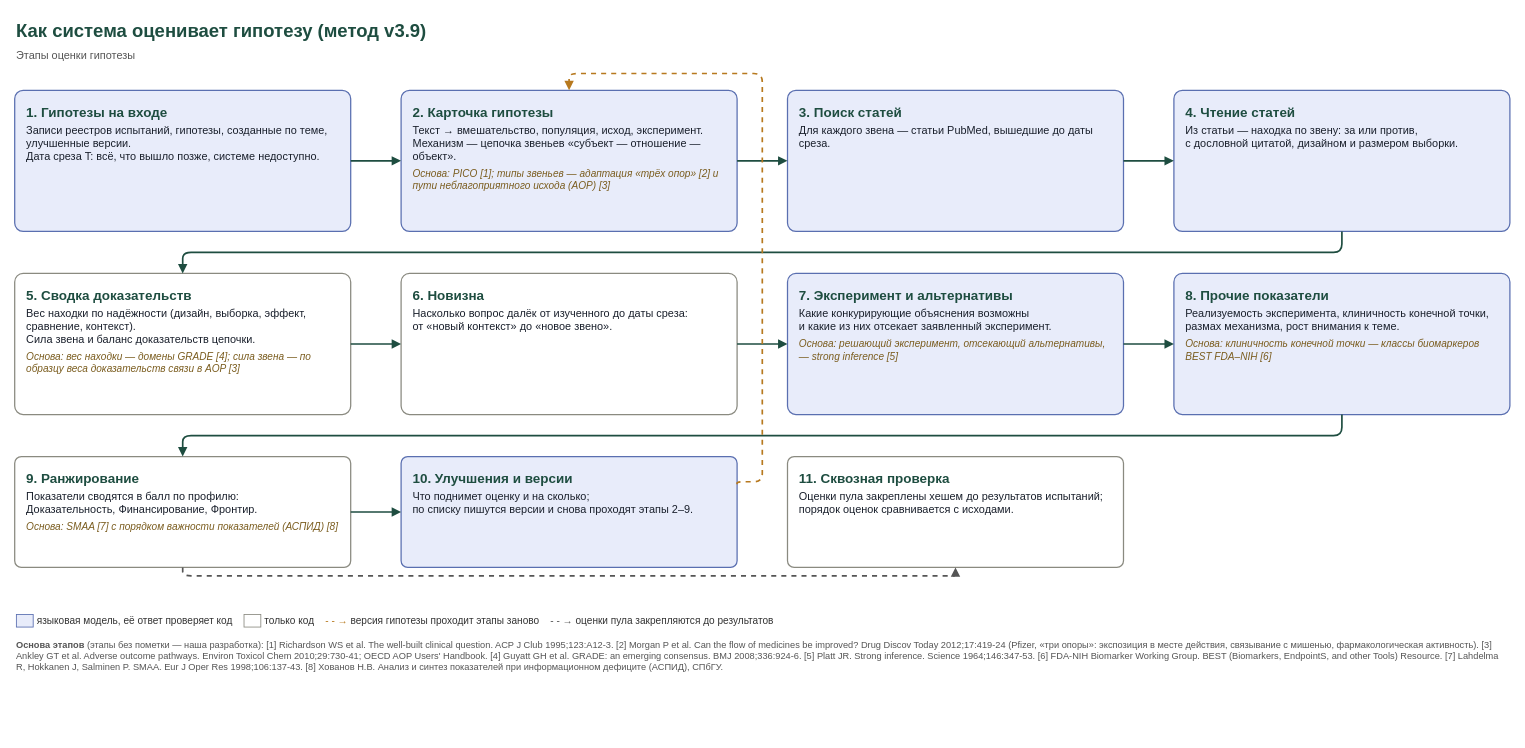
danrd/hyp-arena keeps this draw.io diagram as docs/system/flow_base.drawio. Above is the earlier version. Source tidied: cells renumbered, new cells numbered last; positions are measured from the earlier drawing's top-left corner, leaving out a move shared by most shapes. Both pictures are drawn from the tidied source at 84%, with x=0, y=0 at pixel (14, 14).
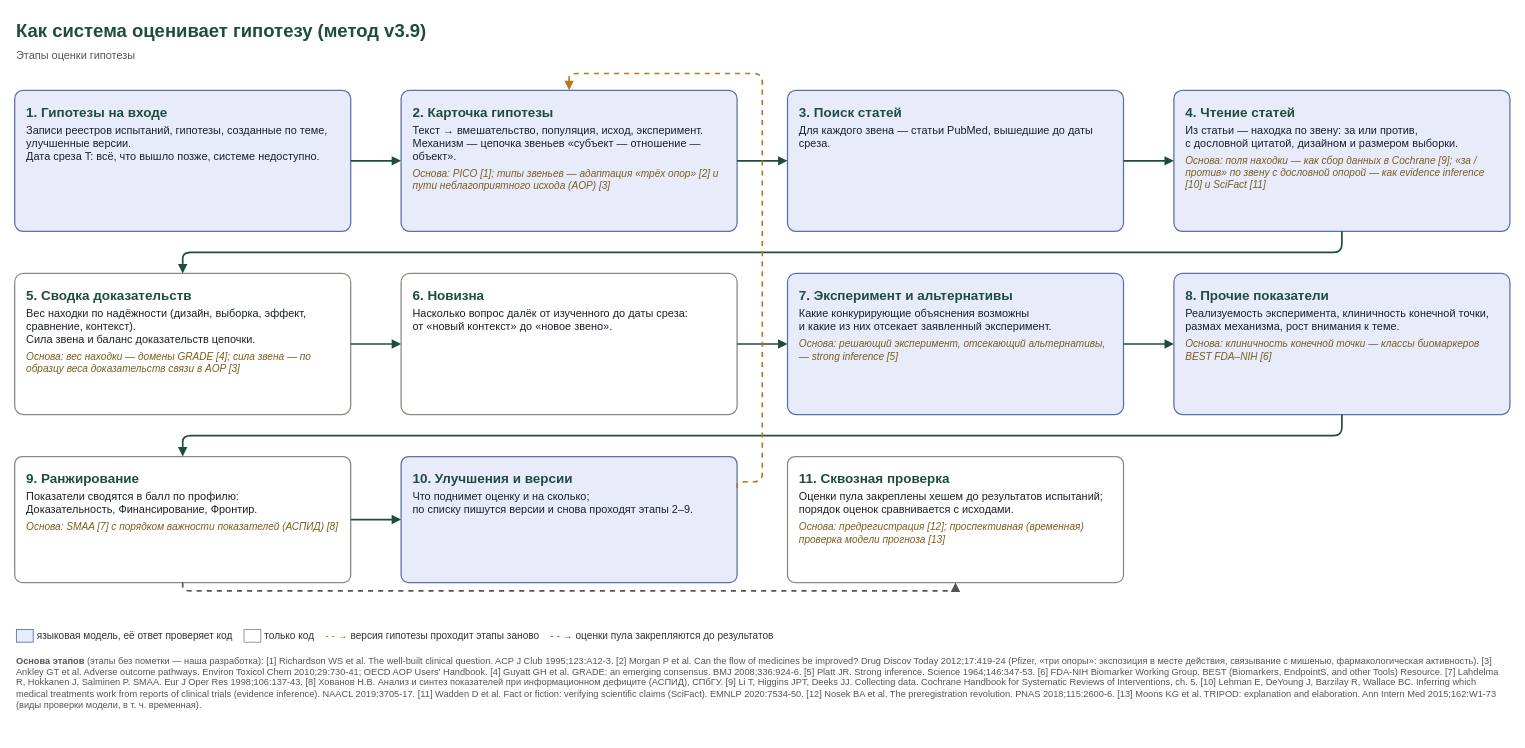
Above is the later version.

Commit message (it also covers changes not shown here):
Flow scheme: basis for reading (Cochrane data collection, evidence inference, SciFact) and the end-to-end check (preregistration, temporal validation per TRIPOD), references checked

The edit, as a diff of the source:
```diff
@@
-    <mxCell id="6" value="&lt;div style='font-size:16px;color:#1E4D40'&gt;&lt;b&gt;4. Чтение статей&lt;/b&gt;&lt;/div&gt;&lt;div style='margin-top:4px'&gt;Из статьи — находка по звену: за или против,&lt;br/&gt;с дословной цитатой, дизайном и размером выборки.&lt;/div&gt;" style="rounded=1;arcSize=6;whiteSpace=wrap;html=1;fillColor=#E8ECFA;strokeColor=#5A6FB0;strokeWidth=1.5;fontSize=13;fontColor=#1A202C;align=left;verticalAlign=top;spacingLeft=12;spacingRight=10;spacingTop=10;" parent="1" vertex="1">
+    <mxCell id="6" value="&lt;div style='font-size:16px;color:#1E4D40'&gt;&lt;b&gt;4. Чтение статей&lt;/b&gt;&lt;/div&gt;&lt;div style='margin-top:4px'&gt;Из статьи — находка по звену: за или против,&lt;br/&gt;с дословной цитатой, дизайном и размером выборки.&lt;/div&gt;&lt;div style='margin-top:6px;font-size:12px;color:#7A5C1E'&gt;&lt;i&gt;Основа: поля находки — как сбор данных в Cochrane [9]; «за / против» по звену с дословной опорой — как evidence inference [10] и SciFact [11]&lt;/i&gt;&lt;/div&gt;" style="rounded=1;arcSize=6;whiteSpace=wrap;html=1;fillColor=#E8ECFA;strokeColor=#5A6FB0;strokeWidth=1.5;fontSize=13;fontColor=#1A202C;align=left;verticalAlign=top;spacingLeft=12;spacingRight=10;spacingTop=10;" parent="1" vertex="1">
       <mxGeometry x="1380" y="90" width="400" height="168" as="geometry" />
     </mxCell>
@@
     <mxCell id="11" value="&lt;div style='font-size:16px;color:#1E4D40'&gt;&lt;b&gt;9. Ранжирование&lt;/b&gt;&lt;/div&gt;&lt;div style='margin-top:4px'&gt;Показатели сводятся в балл по профилю:&lt;br/&gt;Доказательность, Финансирование, Фронтир.&lt;/div&gt;&lt;div style='margin-top:6px;font-size:12px;color:#7A5C1E'&gt;&lt;i&gt;Основа: SMAA [7] с порядком важности показателей (АСПИД) [8]&lt;/i&gt;&lt;/div&gt;" style="rounded=1;arcSize=6;whiteSpace=wrap;html=1;fillColor=#FFFFFF;strokeColor=#8A8A80;strokeWidth=1.5;fontSize=13;fontColor=#1A202C;align=left;verticalAlign=top;spacingLeft=12;spacingRight=10;spacingTop=10;" parent="1" vertex="1">
-      <mxGeometry y="526" width="400" height="132" as="geometry" />
+      <mxGeometry y="526" width="400" height="150" as="geometry" />
     </mxCell>
     <mxCell id="12" value="&lt;div style='font-size:16px;color:#1E4D40'&gt;&lt;b&gt;10. Улучшения и версии&lt;/b&gt;&lt;/div&gt;&lt;div style='margin-top:4px'&gt;Что поднимет оценку и на сколько;&lt;br/&gt;по списку пишутся версии и снова проходят этапы 2–9.&lt;/div&gt;" style="rounded=1;arcSize=6;whiteSpace=wrap;html=1;fillColor=#E8ECFA;strokeColor=#5A6FB0;strokeWidth=1.5;fontSize=13;fontColor=#1A202C;align=left;verticalAlign=top;spacingLeft=12;spacingRight=10;spacingTop=10;" parent="1" vertex="1">
-      <mxGeometry x="460" y="526" width="400" height="132" as="geometry" />
+      <mxGeometry x="460" y="526" width="400" height="150" as="geometry" />
     </mxCell>
-    <mxCell id="13" value="&lt;div style='font-size:16px;color:#1E4D40'&gt;&lt;b&gt;11. Сквозная проверка&lt;/b&gt;&lt;/div&gt;&lt;div style='margin-top:4px'&gt;Оценки пула закреплены хешем до результатов испытаний;&lt;br/&gt;порядок оценок сравнивается с исходами.&lt;/div&gt;" style="rounded=1;arcSize=6;whiteSpace=wrap;html=1;fillColor=#FFFFFF;strokeColor=#8A8A80;strokeWidth=1.5;fontSize=13;fontColor=#1A202C;align=left;verticalAlign=top;spacingLeft=12;spacingRight=10;spacingTop=10;" parent="1" vertex="1">
-      <mxGeometry x="920" y="526" width="400" height="132" as="geometry" />
+    <mxCell id="13" value="&lt;div style='font-size:16px;color:#1E4D40'&gt;&lt;b&gt;11. Сквозная проверка&lt;/b&gt;&lt;/div&gt;&lt;div style='margin-top:4px'&gt;Оценки пула закреплены хешем до результатов испытаний;&lt;br/&gt;порядок оценок сравнивается с исходами.&lt;/div&gt;&lt;div style='margin-top:6px;font-size:12px;color:#7A5C1E'&gt;&lt;i&gt;Основа: предрегистрация [12]; проспективная (временная) проверка модели прогноза [13]&lt;/i&gt;&lt;/div&gt;" style="rounded=1;arcSize=6;whiteSpace=wrap;html=1;fillColor=#FFFFFF;strokeColor=#8A8A80;strokeWidth=1.5;fontSize=13;fontColor=#1A202C;align=left;verticalAlign=top;spacingLeft=12;spacingRight=10;spacingTop=10;" parent="1" vertex="1">
+      <mxGeometry x="920" y="526" width="400" height="150" as="geometry" />
     </mxCell>
@@
     <mxCell id="25" value="&lt;span style='background:#E8ECFA;border:1px solid #5A6FB0;padding:0 8px'&gt;&amp;nbsp;&lt;/span&gt; языковая модель, её ответ проверяет код &amp;nbsp;&amp;nbsp; &lt;span style='border:1px solid #8A8A80;padding:0 8px'&gt;&amp;nbsp;&lt;/span&gt; только код &amp;nbsp;&amp;nbsp; &lt;span style='color:#B7791F'&gt;- - →&lt;/span&gt; версия гипотезы проходит этапы заново &amp;nbsp;&amp;nbsp; &lt;span style='color:#555'&gt;- - →&lt;/span&gt; оценки пула закрепляются до результатов" style="text;html=1;fontSize=12;align=left;fontColor=#333;fillColor=none;strokeColor=none;" parent="1" vertex="1">
-      <mxGeometry y="708" width="1780" height="26" as="geometry" />
+      <mxGeometry y="726" width="1780" height="26" as="geometry" />
     </mxCell>
-    <mxCell id="26" value="&lt;b&gt;Основа этапов&lt;/b&gt; (этапы без пометки — наша разработка): [1] Richardson WS et al. The well-built clinical question. ACP J Club 1995;123:A12-3. [2] Morgan P et al. Can the flow of medicines be improved? Drug Discov Today 2012;17:419-24 (Pfizer, «три опоры»: экспозиция в месте действия, связывание с мишенью, фармакологическая активность). [3] Ankley GT et al. Adverse outcome pathways. Environ Toxicol Chem 2010;29:730-41; OECD AOP Users' Handbook. [4] Guyatt GH et al. GRADE: an emerging consensus. BMJ 2008;336:924-6. [5] Platt JR. Strong inference. Science 1964;146:347-53. [6] FDA-NIH Biomarker Working Group. BEST (Biomarkers, EndpointS, and other Tools) Resource. [7] Lahdelma R, Hokkanen J, Salminen P. SMAA. Eur J Oper Res 1998;106:137-43. [8] Хованов Н.В. Анализ и синтез показателей при информационном дефиците (АСПИД), СПбГУ." style="text;html=1;whiteSpace=wrap;fontSize=11;align=left;verticalAlign=top;fontColor=#555;fillColor=none;strokeColor=none;" parent="1" vertex="1">
-      <mxGeometry y="738" width="1780" height="70" as="geometry" />
+    <mxCell id="26" value="&lt;b&gt;Основа этапов&lt;/b&gt; (этапы без пометки — наша разработка): [1] Richardson WS et al. The well-built clinical question. ACP J Club 1995;123:A12-3. [2] Morgan P et al. Can the flow of medicines be improved? Drug Discov Today 2012;17:419-24 (Pfizer, «три опоры»: экспозиция в месте действия, связывание с мишенью, фармакологическая активность). [3] Ankley GT et al. Adverse outcome pathways. Environ Toxicol Chem 2010;29:730-41; OECD AOP Users' Handbook. [4] Guyatt GH et al. GRADE: an emerging consensus. BMJ 2008;336:924-6. [5] Platt JR. Strong inference. Science 1964;146:347-53. [6] FDA-NIH Biomarker Working Group. BEST (Biomarkers, EndpointS, and other Tools) Resource. [7] Lahdelma R, Hokkanen J, Salminen P. SMAA. Eur J Oper Res 1998;106:137-43. [8] Хованов Н.В. Анализ и синтез показателей при информационном дефиците (АСПИД), СПбГУ. [9] Li T, Higgins JPT, Deeks JJ. Collecting data. Cochrane Handbook for Systematic Reviews of Interventions, ch. 5. [10] Lehman E, DeYoung J, Barzilay R, Wallace BC. Inferring which medical treatments work from reports of clinical trials (evidence inference). NAACL 2019:3705-17. [11] Wadden D et al. Fact or fiction: verifying scientific claims (SciFact). EMNLP 2020:7534-50. [12] Nosek BA et al. The preregistration revolution. PNAS 2018;115:2600-6. [13] Moons KG et al. TRIPOD: explanation and elaboration. Ann Intern Med 2015;162:W1-73 (виды проверки модели, в т. ч. временная)." style="text;html=1;whiteSpace=wrap;fontSize=11;align=left;verticalAlign=top;fontColor=#555;fillColor=none;strokeColor=none;" parent="1" vertex="1">
+      <mxGeometry y="756" width="1780" height="100" as="geometry" />
     </mxCell>
```
